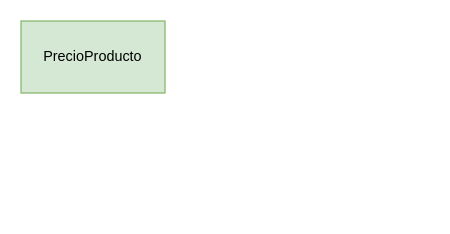
This is page "Catalogo Producto" (5 of 7) of TiendaOnline_Disenio.drawio from andrescardo98/doo, a draw.io file, before an edit. Source tidied: cells renumbered, new cells numbered last; positions are measured from the earlier drawing's top-left corner, leaving out a move shared by most shapes. Both pictures are drawn from the tidied source at 120%, with x=0, y=0 at pixel (20, 20).
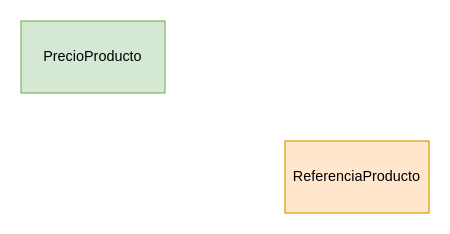
The same page after the edit.

Diff of the diagram source:
```diff
@@
 <mxGraphModel>
   <root>
     <mxCell id="0" />
     <mxCell id="1" parent="0" />
     <mxCell id="2" value="PrecioProducto" style="rounded=0;whiteSpace=wrap;html=1;fillColor=#d5e8d4;strokeColor=#82b366;" parent="1" vertex="1">
       <mxGeometry width="120" height="60" as="geometry" />
     </mxCell>
+    <mxCell id="3" value="ReferenciaProducto" style="rounded=0;whiteSpace=wrap;html=1;fillColor=#ffe6cc;strokeColor=#d79b00;" parent="1" vertex="1">
+      <mxGeometry x="220" y="100" width="120" height="60" as="geometry" />
+    </mxCell>
   </root>
 </mxGraphModel>
```
